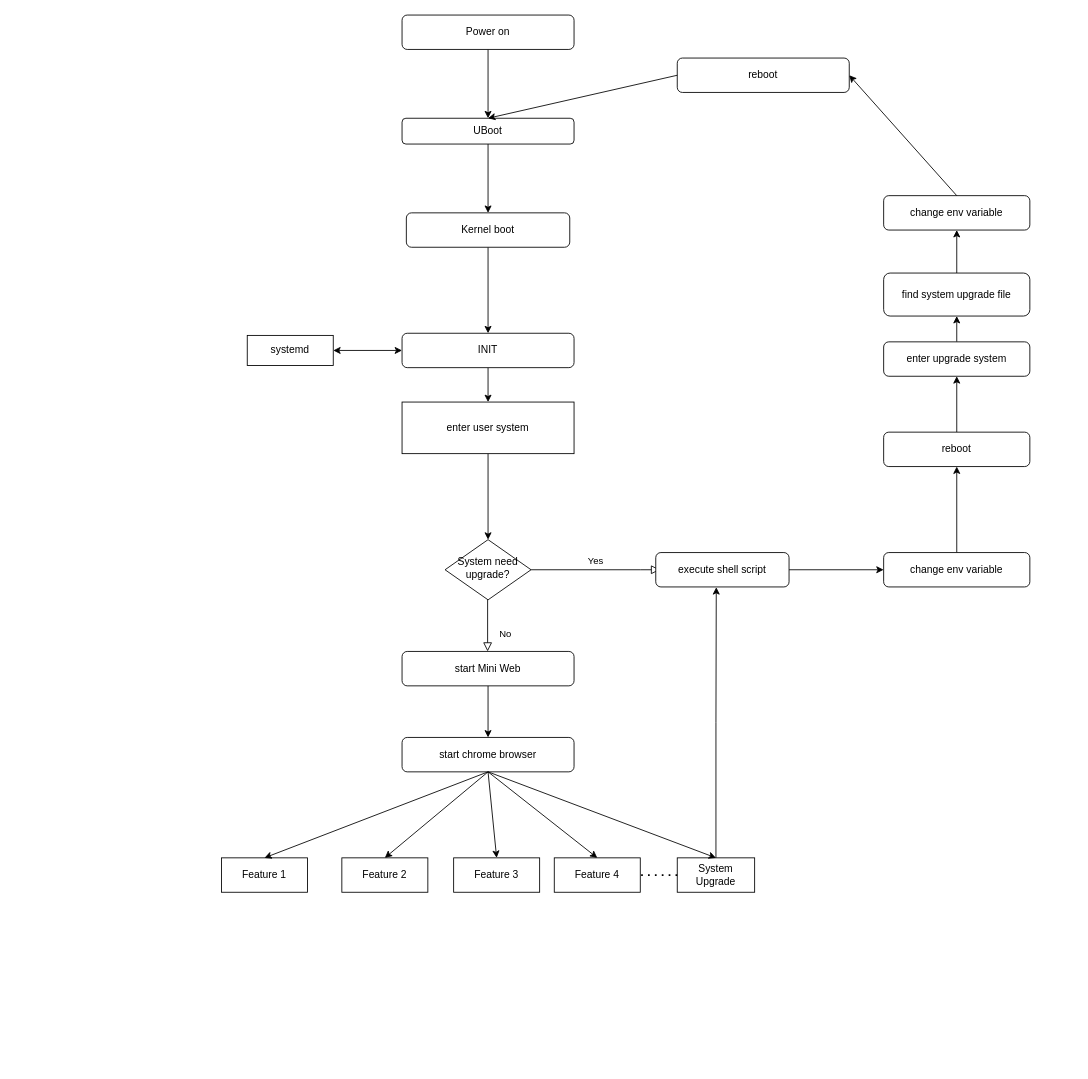
Before: Untitled Diagram.drawio in UMkevin/LearnGitCode, a draw.io diagram. Source tidied: cells renumbered, new cells numbered last; positions are measured from the earlier drawing's top-left corner, leaving out a move shared by most shapes. Both pictures are drawn from the tidied source at 86%, with x=0, y=0 at pixel (221, 15).
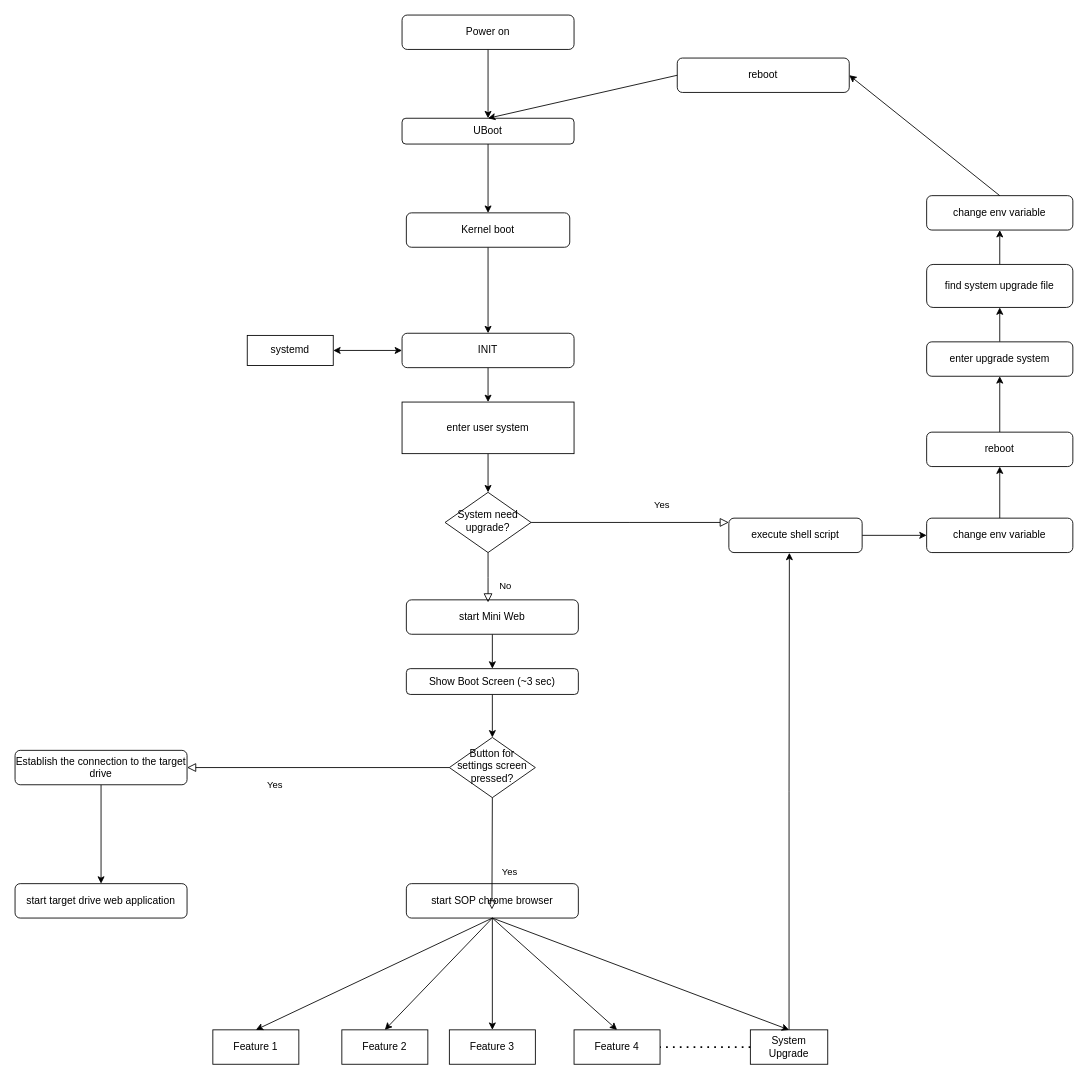
Above is the later version.

Diff of the diagram source:
```diff
@@
-    <mxCell id="11" style="edgeStyle=orthogonalEdgeStyle;rounded=0;jettySize=auto;html=1;exitX=0.5;exitY=1;exitDx=0;exitDy=0;entryX=0.5;entryY=0;entryDx=0;entryDy=0;" parent="1" edge="1" source="12" target="13">
-      <mxGeometry relative="1" as="geometry" />
-    </mxCell>
+    <mxCell id="46" style="edgeStyle=orthogonalEdgeStyle;rounded=0;jettySize=auto;html=1;entryX=0.5;entryY=0;entryDx=0;entryDy=0;" parent="1" edge="1" source="12" target="48">
+      <mxGeometry relative="1" as="geometry" />
+    </mxCell>
     <mxCell id="12" value="start Mini Web" style="rounded=1;whiteSpace=wrap;html=1;" parent="1" vertex="1">
-      <mxGeometry x="210" y="740" width="200" height="40" as="geometry" />
+      <mxGeometry x="215" y="680" width="200" height="40" as="geometry" />
     </mxCell>
-    <mxCell id="13" value="start chrome browser" style="rounded=1;whiteSpace=wrap;html=1;" parent="1" vertex="1">
-      <mxGeometry x="210" y="840" width="200" height="40" as="geometry" />
+    <mxCell id="13" value="start SOP chrome browser" style="rounded=1;whiteSpace=wrap;html=1;" parent="1" vertex="1">
+      <mxGeometry x="215" y="1010" width="200" height="40" as="geometry" />
     </mxCell>
     <mxCell id="14" value="Feature 1" style="rounded=0;whiteSpace=wrap;html=1;" parent="1" vertex="1">
-      <mxGeometry y="980" width="100" height="40" as="geometry" />
+      <mxGeometry x="-10" y="1180" width="100" height="40" as="geometry" />
     </mxCell>
     <mxCell id="15" value="&lt;span&gt;Feature 2&lt;/span&gt;" style="rounded=0;whiteSpace=wrap;html=1;" parent="1" vertex="1">
-      <mxGeometry x="140" y="980" width="100" height="40" as="geometry" />
+      <mxGeometry x="140" y="1180" width="100" height="40" as="geometry" />
     </mxCell>
     <mxCell id="16" value="&lt;span&gt;Feature 3&lt;/span&gt;" style="rounded=0;whiteSpace=wrap;html=1;" parent="1" vertex="1">
-      <mxGeometry x="270" y="980" width="100" height="40" as="geometry" />
+      <mxGeometry x="265" y="1180" width="100" height="40" as="geometry" />
     </mxCell>
     <mxCell id="17" value="&lt;span&gt;Feature 4&lt;/span&gt;" style="rounded=0;whiteSpace=wrap;html=1;" parent="1" vertex="1">
-      <mxGeometry x="387" y="980" width="100" height="40" as="geometry" />
+      <mxGeometry x="410" y="1180" width="100" height="40" as="geometry" />
     </mxCell>
@@
     <mxCell id="19" value="&lt;span&gt;System Upgrade&lt;/span&gt;" style="rounded=0;whiteSpace=wrap;html=1;" parent="1" vertex="1">
-      <mxGeometry x="530" y="980" width="90" height="40" as="geometry" />
+      <mxGeometry x="615" y="1180" width="90" height="40" as="geometry" />
     </mxCell>
@@
     <mxCell id="28" value="System need upgrade?" style="rhombus;whiteSpace=wrap;html=1;shadow=0;fontFamily=Helvetica;fontSize=12;align=center;strokeWidth=1;spacing=6;spacingTop=-4;" parent="1" vertex="1">
-      <mxGeometry x="260" y="610" width="100" height="70" as="geometry" />
+      <mxGeometry x="260" y="555" width="100" height="70" as="geometry" />
     </mxCell>
-    <mxCell id="29" value="No" style="rounded=0;html=1;jettySize=auto;orthogonalLoop=1;fontSize=11;endArrow=block;endFill=0;endSize=8;strokeWidth=1;shadow=0;labelBackgroundColor=none;edgeStyle=orthogonalEdgeStyle;" parent="1" edge="1">
+    <mxCell id="29" value="No" style="rounded=0;html=1;jettySize=auto;fontSize=11;endArrow=block;endFill=0;endSize=8;strokeWidth=1;shadow=0;labelBackgroundColor=none;edgeStyle=orthogonalEdgeStyle;exitX=0.5;exitY=1;exitDx=0;exitDy=0;" parent="1" edge="1" source="28">
       <mxGeometry x="0.33" y="20" relative="1" as="geometry">
-        <mxPoint x="309.5" y="680" as="sourcePoint" />
-        <mxPoint x="309.5" y="740" as="targetPoint" />
+        <mxPoint x="310" y="683" as="targetPoint" />
       </mxGeometry>
     </mxCell>
-    <mxCell id="30" value="Yes" style="edgeStyle=orthogonalEdgeStyle;rounded=0;html=1;jettySize=auto;fontSize=11;endArrow=block;endFill=0;endSize=8;strokeWidth=1;shadow=0;labelBackgroundColor=none;exitX=1;exitY=0.5;exitDx=0;exitDy=0;" parent="1" edge="1" source="28">
-      <mxGeometry y="10" relative="1" as="geometry">
-        <mxPoint x="510" y="645" as="targetPoint" />
-        <Array as="points">
-          <mxPoint x="487" y="645" />
-        </Array>
-      </mxGeometry>
-    </mxCell>
@@
     <mxCell id="32" value="execute shell script" style="rounded=1;whiteSpace=wrap;html=1;" parent="1" vertex="1">
-      <mxGeometry x="505" y="625" width="155" height="40" as="geometry" />
+      <mxGeometry x="590" y="585" width="155" height="40" as="geometry" />
     </mxCell>
@@
     <mxCell id="34" value="change env variable" style="rounded=1;whiteSpace=wrap;html=1;" parent="1" vertex="1">
-      <mxGeometry x="770" y="625" width="170" height="40" as="geometry" />
+      <mxGeometry x="820" y="585" width="170" height="40" as="geometry" />
     </mxCell>
@@
     <mxCell id="36" value="reboot" style="rounded=1;whiteSpace=wrap;html=1;" parent="1" vertex="1">
-      <mxGeometry x="770" y="485" width="170" height="40" as="geometry" />
+      <mxGeometry x="820" y="485" width="170" height="40" as="geometry" />
     </mxCell>
@@
     <mxCell id="38" value="enter upgrade system" style="rounded=1;whiteSpace=wrap;html=1;" parent="1" vertex="1">
-      <mxGeometry x="770" y="380" width="170" height="40" as="geometry" />
+      <mxGeometry x="820" y="380" width="170" height="40" as="geometry" />
     </mxCell>
@@
     <mxCell id="40" value="find system upgrade file" style="rounded=1;whiteSpace=wrap;html=1;" parent="1" vertex="1">
-      <mxGeometry x="770" y="300" width="170" height="50" as="geometry" />
+      <mxGeometry x="820" y="290" width="170" height="50" as="geometry" />
     </mxCell>
     <mxCell id="41" value="change env variable" style="rounded=1;whiteSpace=wrap;html=1;" parent="1" vertex="1">
-      <mxGeometry x="770" y="210" width="170" height="40" as="geometry" />
+      <mxGeometry x="820" y="210" width="170" height="40" as="geometry" />
     </mxCell>
@@
+    <mxCell id="47" style="edgeStyle=orthogonalEdgeStyle;rounded=0;jettySize=auto;html=1;entryX=0.5;entryY=0;entryDx=0;entryDy=0;" parent="1" edge="1" source="48" target="49">
+      <mxGeometry relative="1" as="geometry" />
+    </mxCell>
+    <mxCell id="48" value="Show Boot Screen (~3 sec)" style="rounded=1;whiteSpace=wrap;html=1;" parent="1" vertex="1">
+      <mxGeometry x="215" y="760" width="200" height="30" as="geometry" />
+    </mxCell>
+    <mxCell id="49" value="Button for settings screen pressed?" style="rhombus;whiteSpace=wrap;html=1;shadow=0;fontFamily=Helvetica;fontSize=12;align=center;strokeWidth=1;spacing=6;spacingTop=-4;" parent="1" vertex="1">
+      <mxGeometry x="265" y="840" width="100" height="70" as="geometry" />
+    </mxCell>
+    <mxCell id="50" value="Yes" style="rounded=0;html=1;jettySize=auto;fontSize=11;endArrow=block;endFill=0;endSize=8;strokeWidth=1;shadow=0;labelBackgroundColor=none;edgeStyle=orthogonalEdgeStyle;exitX=0.5;exitY=1;exitDx=0;exitDy=0;" parent="1" edge="1" source="49">
+      <mxGeometry x="0.33" y="20" relative="1" as="geometry">
+        <mxPoint x="314.5" y="1040" as="targetPoint" />
+      </mxGeometry>
+    </mxCell>
+    <mxCell id="51" value="Yes" style="rounded=0;html=1;jettySize=auto;fontSize=11;endArrow=block;endFill=0;endSize=8;strokeWidth=1;shadow=0;labelBackgroundColor=none;edgeStyle=orthogonalEdgeStyle;exitX=1;exitY=0.5;exitDx=0;exitDy=0;" parent="1" edge="1" source="28">
+      <mxGeometry x="0.33" y="20" relative="1" as="geometry">
+        <mxPoint x="590" y="590" as="targetPoint" />
+      </mxGeometry>
+    </mxCell>
+    <mxCell id="52" value="Yes" style="rounded=0;html=1;jettySize=auto;fontSize=11;endArrow=block;endFill=0;endSize=8;strokeWidth=1;shadow=0;labelBackgroundColor=none;edgeStyle=orthogonalEdgeStyle;exitX=0;exitY=0.5;exitDx=0;exitDy=0;entryX=1;entryY=0.5;entryDx=0;entryDy=0;" parent="1" edge="1" source="49" target="54">
+      <mxGeometry x="0.33" y="20" relative="1" as="geometry" />
+    </mxCell>
+    <mxCell id="53" style="edgeStyle=orthogonalEdgeStyle;rounded=0;jettySize=auto;html=1;exitX=0.5;exitY=1;exitDx=0;exitDy=0;entryX=0.5;entryY=0;entryDx=0;entryDy=0;" parent="1" edge="1" source="54" target="55">
+      <mxGeometry relative="1" as="geometry" />
+    </mxCell>
+    <mxCell id="54" value="Establish the connection to the target drive" style="rounded=1;whiteSpace=wrap;html=1;" parent="1" vertex="1">
+      <mxGeometry x="-240" y="855" width="200" height="40" as="geometry" />
+    </mxCell>
+    <mxCell id="55" value="start target drive web application" style="rounded=1;whiteSpace=wrap;html=1;" parent="1" vertex="1">
+      <mxGeometry x="-240" y="1010" width="200" height="40" as="geometry" />
+    </mxCell>
```
